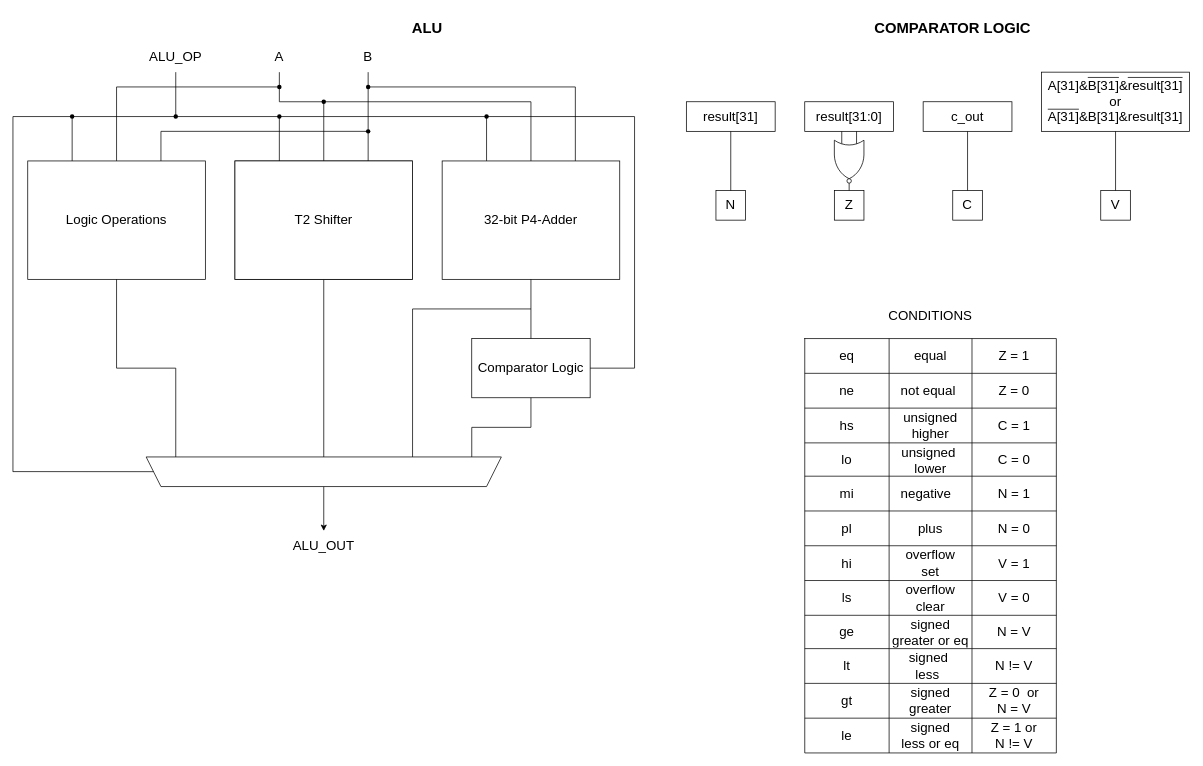
This is docs/alu_architecture.drawio from lorenzobadas/DLX, a draw.io file, before an edit. Source tidied: cells renumbered, new cells numbered last; positions are measured from the earlier drawing's top-left corner, leaving out a move shared by most shapes. Both pictures are drawn from the tidied source at 74%, with x=0, y=0 at pixel (13, 13).
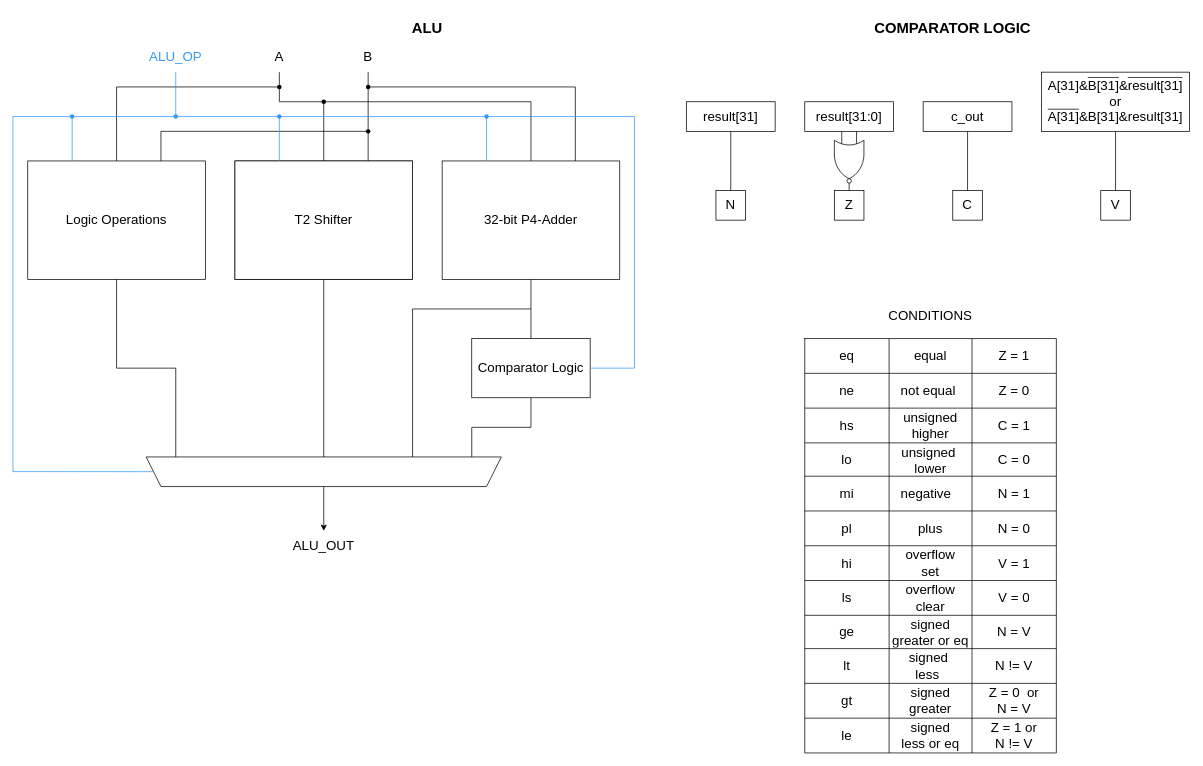
After the change.

Commit message:
highlight control lines

The change refers to these unchanged cells:
```xml
<mxCell id="3" value="&lt;font style=&quot;font-size: 18px;&quot;&gt;32-bit P4-Adder&lt;/font&gt;" style="rounded=0;whiteSpace=wrap;html=1;" parent="1" vertex="1">
  <mxGeometry x="580" y="200" width="240" height="160" as="geometry" />
</mxCell>
<mxCell id="5" value="&lt;font style=&quot;font-size: 18px;&quot;&gt;Comparator Logic&lt;/font&gt;" style="rounded=0;whiteSpace=wrap;html=1;" parent="1" vertex="1">
  <mxGeometry x="620" y="440" width="160" height="80" as="geometry" />
</mxCell>
<mxCell id="7" style="shape=trapezoid;perimeter=trapezoidPerimeter;whiteSpace=wrap;html=1;fixedSize=1;flipH=0;flipV=1;" parent="1" vertex="1">
  <mxGeometry x="180" y="600" width="480" height="40" as="geometry" />
</mxCell>
<mxCell id="33" value="&lt;font style=&quot;font-size: 18px;&quot;&gt;T2 Shifter&lt;/font&gt;" style="rounded=0;whiteSpace=wrap;html=1;" parent="1" vertex="1">
  <mxGeometry x="300" y="200" width="240" height="160" as="geometry" />
</mxCell>
<mxCell id="34" value="&lt;font style=&quot;font-size: 18px;&quot;&gt;Logic Operations&lt;/font&gt;" style="rounded=0;whiteSpace=wrap;html=1;" parent="1" vertex="1">
  <mxGeometry x="20" y="200" width="240" height="160" as="geometry" />
</mxCell>
```

Diff of the diagram source:
```diff
@@
-    <mxCell id="30" value="&lt;font style=&quot;font-size: 18px;&quot;&gt;ALU_OP&lt;/font&gt;" style="text;html=1;align=center;verticalAlign=middle;whiteSpace=wrap;rounded=0;" parent="1" vertex="1">
+    <mxCell id="30" value="&lt;font style=&quot;font-size: 18px; color: rgb(51, 153, 255);&quot;&gt;ALU_OP&lt;/font&gt;" style="text;html=1;align=center;verticalAlign=middle;whiteSpace=wrap;rounded=0;fontColor=#007FFF;" parent="1" vertex="1">
       <mxGeometry x="180" y="40" width="80" height="40" as="geometry" />
     </mxCell>
@@
-    <mxCell id="91" style="endArrow=none;html=1;rounded=0;exitDx=0;exitDy=0;entryX=0.25;entryY=0;entryDx=0;entryDy=0;" parent="1" edge="1" source="105" target="34">
+    <mxCell id="91" style="endArrow=none;html=1;rounded=0;exitDx=0;exitDy=0;entryX=0.25;entryY=0;entryDx=0;entryDy=0;strokeColor=#3399FF;" parent="1" edge="1" source="105" target="34">
       <mxGeometry relative="1" as="geometry">
         <Array as="points">
           <mxPoint x="80" y="140" />
         </Array>
       </mxGeometry>
     </mxCell>
@@
-    <mxCell id="95" style="endArrow=none;html=1;rounded=0;" parent="1" edge="1" source="100">
+    <mxCell id="95" style="endArrow=none;html=1;rounded=0;strokeColor=#3399FF;" parent="1" edge="1" source="100">
       <mxGeometry relative="1" as="geometry">
         <mxPoint x="640" y="140" as="targetPoint" />
       </mxGeometry>
     </mxCell>
@@
-    <mxCell id="97" style="shape=waypoint;sketch=0;fillStyle=solid;size=6;points=[];fillColor=none;perimeter=centerPerimeter;snapToPoint=1;" parent="1" vertex="1">
+    <mxCell id="97" style="shape=waypoint;sketch=0;fillStyle=solid;size=6;points=[];fillColor=none;perimeter=centerPerimeter;snapToPoint=1;strokeColor=#3399FF;" parent="1" vertex="1">
       <mxGeometry x="210" y="130" width="20" height="20" as="geometry" />
     </mxCell>
-    <mxCell id="98" style="endArrow=none;html=1;rounded=0;exitX=0.25;exitY=0;exitDx=0;exitDy=0;" parent="1" edge="1" source="3">
+    <mxCell id="98" style="endArrow=none;html=1;rounded=0;exitX=0.25;exitY=0;exitDx=0;exitDy=0;strokeColor=#3399FF;" parent="1" edge="1" source="3">
       <mxGeometry relative="1" as="geometry">
         <mxPoint x="640" y="140" as="targetPoint" />
       </mxGeometry>
     </mxCell>
-    <mxCell id="99" style="endArrow=none;html=1;rounded=0;" parent="1" edge="1" source="97" target="100">
+    <mxCell id="99" style="endArrow=none;html=1;rounded=0;strokeColor=#3399FF;" parent="1" edge="1" source="97" target="100">
       <mxGeometry relative="1" as="geometry" />
     </mxCell>
-    <mxCell id="100" style="shape=waypoint;sketch=0;fillStyle=solid;size=6;points=[];fillColor=none;perimeter=centerPerimeter;snapToPoint=1;" parent="1" vertex="1">
+    <mxCell id="100" style="shape=waypoint;sketch=0;fillStyle=solid;size=6;points=[];fillColor=none;perimeter=centerPerimeter;snapToPoint=1;strokeColor=#3399FF;" parent="1" vertex="1">
       <mxGeometry x="350" y="130" width="20" height="20" as="geometry" />
     </mxCell>
-    <mxCell id="101" style="endArrow=none;html=1;strokeWidth=1;rounded=0;entryX=0.342;entryY=0.717;entryDx=0;entryDy=0;entryPerimeter=0;exitX=0.25;exitY=0;exitDx=0;exitDy=0;" parent="1" edge="1" source="33" target="100">
+    <mxCell id="101" style="endArrow=none;html=1;strokeWidth=1;rounded=0;entryX=0.342;entryY=0.717;entryDx=0;entryDy=0;entryPerimeter=0;exitX=0.25;exitY=0;exitDx=0;exitDy=0;strokeColor=#3399FF;" parent="1" edge="1" source="33" target="100">
       <mxGeometry relative="1" as="geometry" />
     </mxCell>
-    <mxCell id="102" style="endArrow=none;html=1;rounded=0;exitX=0.045;exitY=0.898;exitDx=0;exitDy=0;exitPerimeter=0;" parent="1" edge="1" target="7">
+    <mxCell id="102" style="endArrow=none;html=1;rounded=0;exitX=0.045;exitY=0.898;exitDx=0;exitDy=0;exitPerimeter=0;strokeColor=#3399FF;" parent="1" edge="1" target="7">
       <mxGeometry relative="1" as="geometry">
         <mxPoint y="619.8" as="sourcePoint" />
       </mxGeometry>
     </mxCell>
-    <mxCell id="103" style="endArrow=none;html=1;rounded=0;" parent="1" edge="1">
+    <mxCell id="103" style="endArrow=none;html=1;rounded=0;strokeColor=#3399FF;" parent="1" edge="1">
       <mxGeometry relative="1" as="geometry">
         <mxPoint y="620" as="sourcePoint" />
         <mxPoint x="80" y="140" as="targetPoint" />
         <Array as="points">
           <mxPoint y="140" />
         </Array>
       </mxGeometry>
     </mxCell>
-    <mxCell id="104" style="endArrow=none;html=1;rounded=0;exitX=0.5;exitY=1;exitDx=0;exitDy=0;entryDx=0;entryDy=0;" parent="1" edge="1" source="30" target="105">
+    <mxCell id="104" style="endArrow=none;html=1;rounded=0;exitX=0.5;exitY=1;exitDx=0;exitDy=0;entryDx=0;entryDy=0;strokeColor=#3399FF;" parent="1" edge="1" source="30" target="105">
       <mxGeometry relative="1" as="geometry">
         <Array as="points">
           <mxPoint x="220" y="140" />
         </Array>
       </mxGeometry>
     </mxCell>
-    <mxCell id="105" style="shape=waypoint;sketch=0;fillStyle=solid;size=6;points=[];fillColor=none;perimeter=centerPerimeter;snapToPoint=1;" parent="1" vertex="1">
+    <mxCell id="105" style="shape=waypoint;sketch=0;fillStyle=solid;size=6;points=[];fillColor=none;perimeter=centerPerimeter;snapToPoint=1;strokeColor=#3399FF;" parent="1" vertex="1">
       <mxGeometry x="70" y="130" width="20" height="20" as="geometry" />
     </mxCell>
-    <mxCell id="106" style="endArrow=none;html=1;exitX=1;exitY=0.5;exitDx=0;exitDy=0;" parent="1" edge="1" source="5">
+    <mxCell id="106" style="endArrow=none;html=1;exitX=1;exitY=0.5;exitDx=0;exitDy=0;strokeColor=#3399FF;" parent="1" edge="1" source="5">
       <mxGeometry relative="1" as="geometry">
         <mxPoint x="840" y="480" as="targetPoint" />
       </mxGeometry>
     </mxCell>
-    <mxCell id="107" style="endArrow=none;html=1;" parent="1" edge="1">
+    <mxCell id="107" style="endArrow=none;html=1;strokeColor=#3399FF;" parent="1" edge="1">
       <mxGeometry relative="1" as="geometry">
         <mxPoint x="840" y="140" as="sourcePoint" />
         <mxPoint x="840" y="480" as="targetPoint" />
       </mxGeometry>
     </mxCell>
-    <mxCell id="108" style="endArrow=none;html=1;startArrow=none;" parent="1" edge="1" source="110">
+    <mxCell id="108" style="endArrow=none;html=1;startArrow=none;strokeColor=#3399FF;" parent="1" edge="1" source="110">
       <mxGeometry relative="1" as="geometry">
         <mxPoint x="840" y="140" as="targetPoint" />
       </mxGeometry>
     </mxCell>
@@
-    <mxCell id="110" style="shape=waypoint;sketch=0;fillStyle=solid;size=6;points=[];fillColor=none;perimeter=centerPerimeter;snapToPoint=1;" parent="1" vertex="1">
+    <mxCell id="110" style="shape=waypoint;sketch=0;fillStyle=solid;size=6;points=[];fillColor=none;perimeter=centerPerimeter;snapToPoint=1;strokeColor=#3399FF;" parent="1" vertex="1">
       <mxGeometry x="630" y="130" width="20" height="20" as="geometry" />
     </mxCell>
```
